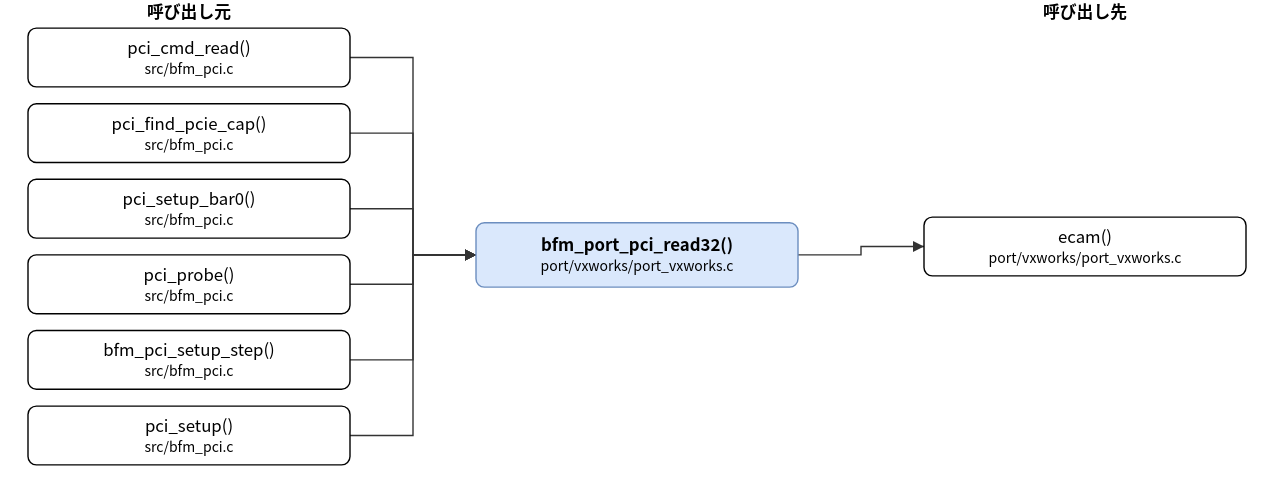
This is doc/spec/images/call_port_vxworks_port_vxworks-bfm_port_pci_read32.drawio.svg from hf355051012-ai/bfmem, a draw.io export, as it was before one commit. Source tidied: cells renumbered, new cells last; positions are measured from the earlier drawing's top-left corner, leaving out a move shared by most shapes.
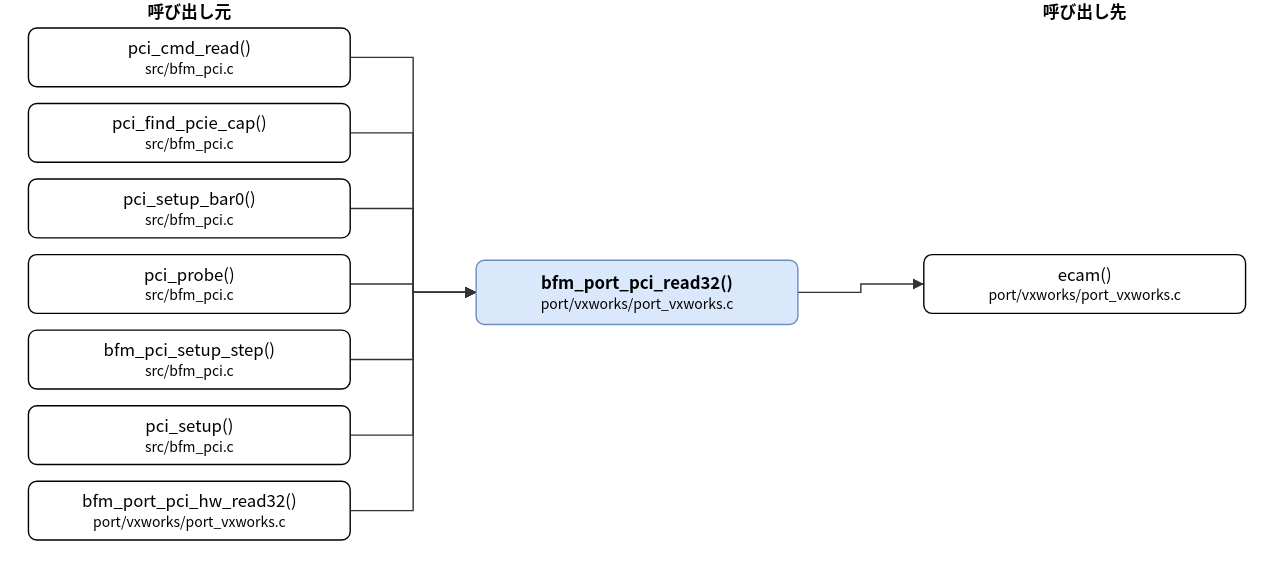
The same file after the commit.

The edit, as a diff of the source:
```diff
@@ -3,7 +3,7 @@
     <mxCell id="0" />
     <mxCell id="1" parent="0" />
     <mxCell id="2" value="bfm_port_pci_read32()&lt;br&gt;&lt;font style=&quot;font-size:10px&quot;&gt;port/vxworks/port_vxworks.c&lt;/font&gt;" style="rounded=1;whiteSpace=wrap;html=1;fillColor=#dae8fc;strokeColor=#6c8ebf;fontStyle=1;" parent="1" vertex="1">
-      <mxGeometry x="320" y="159" width="230" height="46" as="geometry" />
+      <mxGeometry x="320" y="186" width="230" height="46" as="geometry" />
     </mxCell>
     <mxCell id="3" value="pci_cmd_read()&lt;br&gt;&lt;font style=&quot;font-size:10px&quot;&gt;src/bfm_pci.c&lt;/font&gt;" style="rounded=1;whiteSpace=wrap;html=1;" parent="1" vertex="1">
       <mxGeometry y="20" width="230" height="42" as="geometry" />
@@ -23,14 +23,17 @@
     <mxCell id="8" value="pci_setup()&lt;br&gt;&lt;font style=&quot;font-size:10px&quot;&gt;src/bfm_pci.c&lt;/font&gt;" style="rounded=1;whiteSpace=wrap;html=1;" parent="1" vertex="1">
       <mxGeometry y="290" width="230" height="42" as="geometry" />
     </mxCell>
+    <mxCell id="19" value="bfm_port_pci_hw_read32()&lt;br&gt;&lt;font style=&quot;font-size:10px&quot;&gt;port/vxworks/port_vxworks.c&lt;/font&gt;" style="rounded=1;whiteSpace=wrap;html=1;" parent="1" vertex="1">
+      <mxGeometry y="344" width="230" height="42" as="geometry" />
+    </mxCell>
     <mxCell id="9" value="ecam()&lt;br&gt;&lt;font style=&quot;font-size:10px&quot;&gt;port/vxworks/port_vxworks.c&lt;/font&gt;" style="rounded=1;whiteSpace=wrap;html=1;" parent="1" vertex="1">
-      <mxGeometry x="640" y="155" width="230" height="42" as="geometry" />
+      <mxGeometry x="640" y="182" width="230" height="42" as="geometry" />
     </mxCell>
     <mxCell id="10" style="edgeStyle=none;html=1;rounded=0;endArrow=block;endFill=1;exitX=1.0000;exitY=0.5000;exitDx=0;exitDy=0;exitPerimeter=0;entryX=0.0000;entryY=0.5000;entryDx=0;entryDy=0;entryPerimeter=0;" parent="1" edge="1" source="3" target="2">
       <mxGeometry relative="1" as="geometry">
         <Array as="points">
           <mxPoint x="275" y="41" />
-          <mxPoint x="275" y="182" />
+          <mxPoint x="275" y="209" />
         </Array>
       </mxGeometry>
     </mxCell>
@@ -38,7 +41,7 @@
       <mxGeometry relative="1" as="geometry">
         <Array as="points">
           <mxPoint x="275" y="95" />
-          <mxPoint x="275" y="182" />
+          <mxPoint x="275" y="209" />
         </Array>
       </mxGeometry>
     </mxCell>
@@ -46,7 +49,7 @@
       <mxGeometry relative="1" as="geometry">
         <Array as="points">
           <mxPoint x="275" y="149" />
-          <mxPoint x="275" y="182" />
+          <mxPoint x="275" y="209" />
         </Array>
       </mxGeometry>
     </mxCell>
@@ -54,7 +57,7 @@
       <mxGeometry relative="1" as="geometry">
         <Array as="points">
           <mxPoint x="275" y="203" />
-          <mxPoint x="275" y="182" />
+          <mxPoint x="275" y="209" />
         </Array>
       </mxGeometry>
     </mxCell>
@@ -62,7 +65,7 @@
       <mxGeometry relative="1" as="geometry">
         <Array as="points">
           <mxPoint x="275" y="257" />
-          <mxPoint x="275" y="182" />
+          <mxPoint x="275" y="209" />
         </Array>
       </mxGeometry>
     </mxCell>
@@ -70,18 +73,26 @@
       <mxGeometry relative="1" as="geometry">
         <Array as="points">
           <mxPoint x="275" y="311" />
-          <mxPoint x="275" y="182" />
+          <mxPoint x="275" y="209" />
         </Array>
       </mxGeometry>
     </mxCell>
-    <mxCell id="16" style="edgeStyle=none;html=1;rounded=0;endArrow=block;endFill=1;exitX=1.0000;exitY=0.5000;exitDx=0;exitDy=0;exitPerimeter=0;entryX=0.0000;entryY=0.5000;entryDx=0;entryDy=0;entryPerimeter=0;" parent="1" edge="1" source="2" target="9">
+    <mxCell id="16" style="edgeStyle=none;html=1;rounded=0;endArrow=block;endFill=1;exitX=1.0000;exitY=0.5000;exitDx=0;exitDy=0;exitPerimeter=0;entryX=0.0000;entryY=0.5000;entryDx=0;entryDy=0;entryPerimeter=0;" parent="1" edge="1" source="19" target="2">
       <mxGeometry relative="1" as="geometry">
         <Array as="points">
-          <mxPoint x="595" y="182" />
-          <mxPoint x="595" y="176" />
+          <mxPoint x="275" y="365" />
+          <mxPoint x="275" y="209" />
         </Array>
       </mxGeometry>
     </mxCell>
+    <mxCell id="20" style="edgeStyle=none;html=1;rounded=0;endArrow=block;endFill=1;exitX=1.0000;exitY=0.5000;exitDx=0;exitDy=0;exitPerimeter=0;entryX=0.0000;entryY=0.5000;entryDx=0;entryDy=0;entryPerimeter=0;" parent="1" edge="1" source="2" target="9">
+      <mxGeometry relative="1" as="geometry">
+        <Array as="points">
+          <mxPoint x="595" y="209" />
+          <mxPoint x="595" y="203" />
+        </Array>
+      </mxGeometry>
+    </mxCell>
     <mxCell id="17" value="呼び出し元" style="text;html=1;align=center;fontStyle=1;" parent="1" vertex="1">
       <mxGeometry x="35" width="160" height="18" as="geometry" />
     </mxCell>
```
